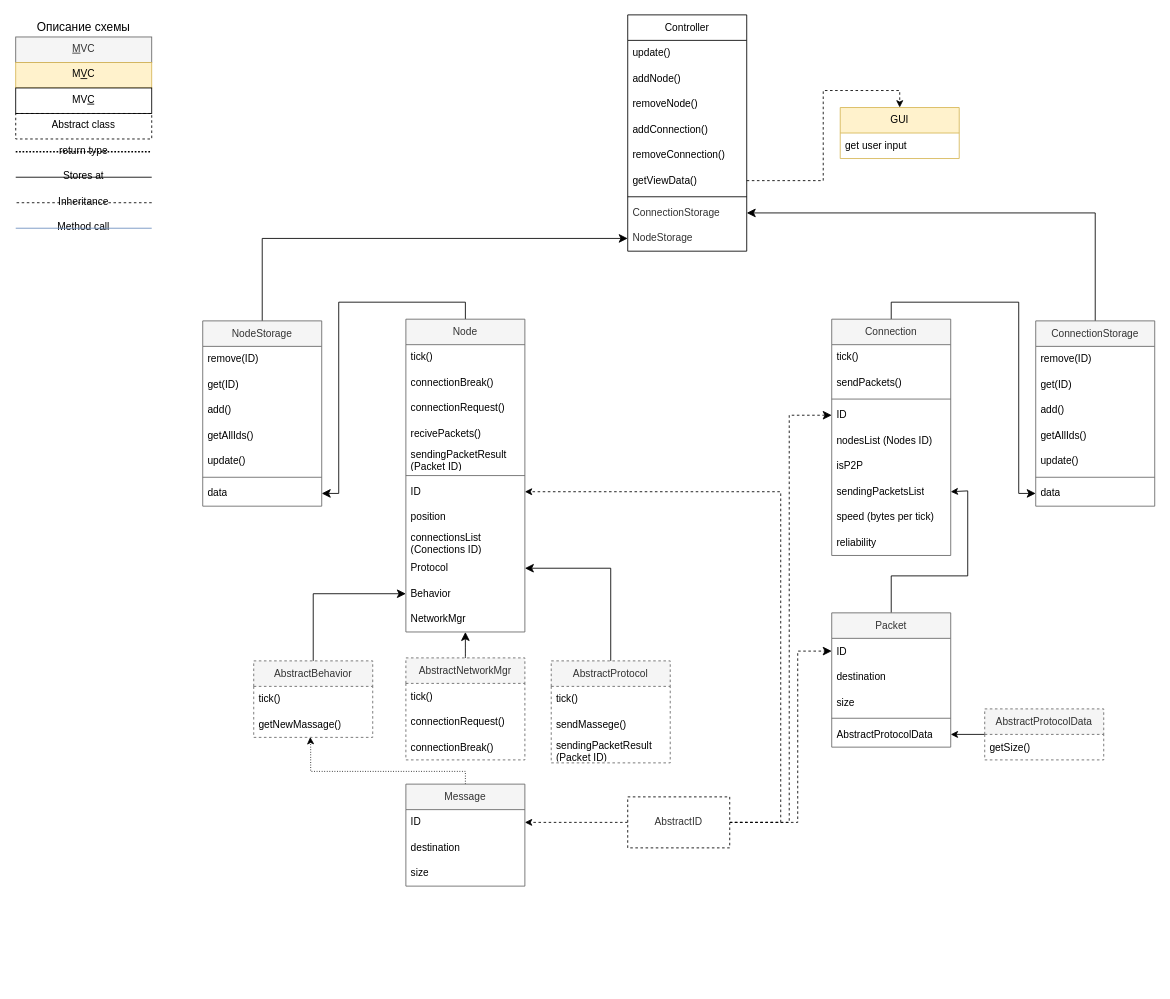
Before: doc/MeshNet_v1.4.drawio in MAZASA-mzs/MeshNetwork, a draw.io diagram. Source tidied: cells renumbered, new cells numbered last; positions are measured from the earlier drawing's top-left corner, leaving out a move shared by most shapes. Both pictures are drawn from the tidied source at 85%, with x=0, y=0 at pixel (15, 14).
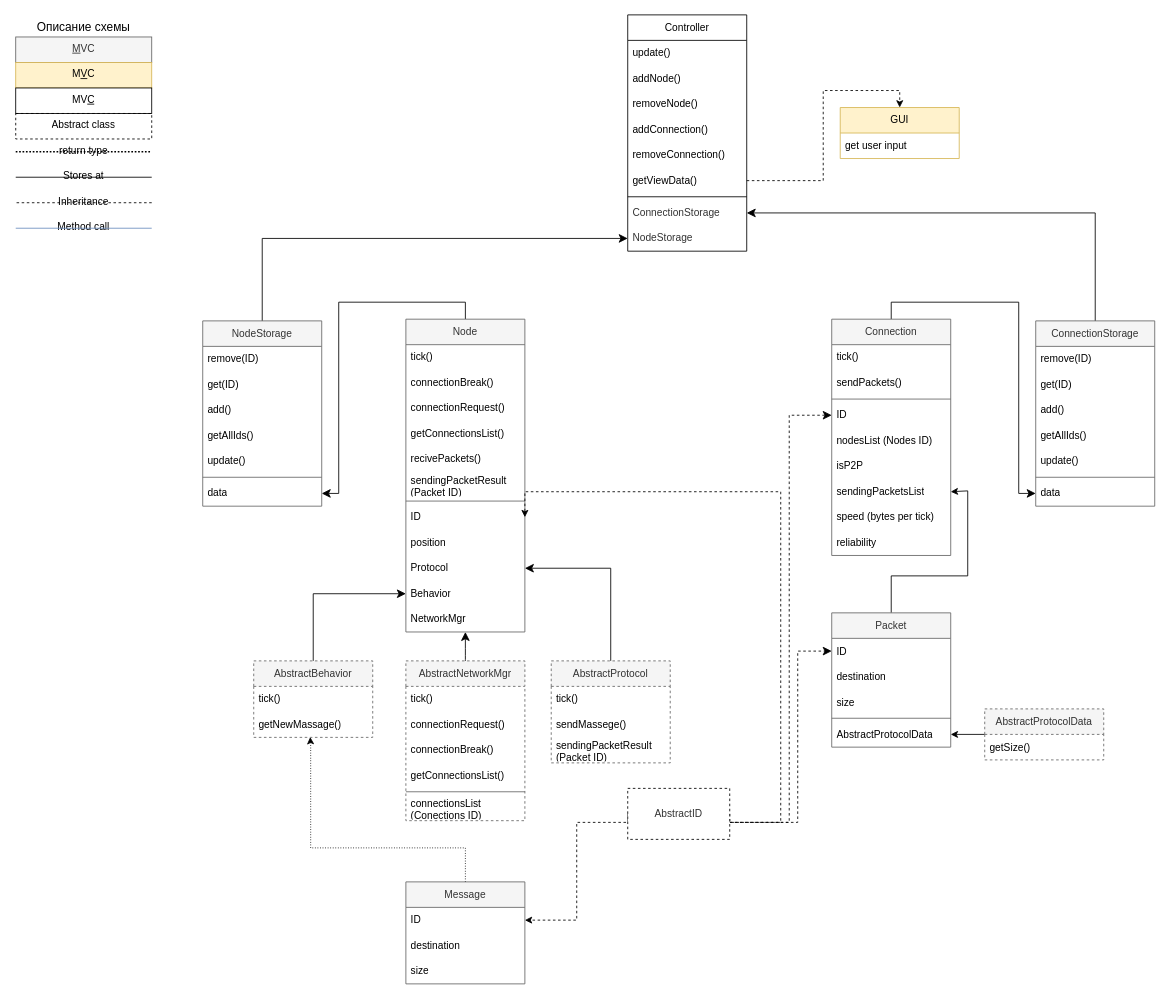
The same page after the edit.

Unchanged cells that the change refers to:
```xml
<mxCell id="3" value="Node" style="swimlane;fontStyle=0;horizontal=1;startSize=30;whiteSpace=wrap;html=1;fillColor=#f5f5f5;fontColor=#333333;strokeColor=#666666;" parent="1" vertex="1">
  <mxGeometry x="459" y="358" width="140" height="368" as="geometry" />
</mxCell>
<mxCell id="35" value="getNewMassage()" style="text;strokeColor=none;fillColor=none;align=left;verticalAlign=middle;spacingLeft=4;spacingRight=4;overflow=hidden;points=[[0,0.5],[1,0.5]];portConstraint=eastwest;whiteSpace=wrap;html=1;" parent="33" vertex="1">
  <mxGeometry y="60" width="140" height="30" as="geometry" />
</mxCell>
<mxCell id="75" value="ID" style="text;strokeColor=none;fillColor=none;align=left;verticalAlign=middle;spacingLeft=4;spacingRight=4;overflow=hidden;points=[[0,0.5],[1,0.5]];portConstraint=eastwest;whiteSpace=wrap;html=1;" parent="74" vertex="1">
  <mxGeometry y="30" width="140" height="30" as="geometry" />
</mxCell>
```

What changed in the source:
```diff
@@
+    <mxCell id="105" value="getConnectionsList()" style="text;strokeColor=none;fillColor=none;align=left;verticalAlign=middle;spacingLeft=4;spacingRight=4;overflow=hidden;whiteSpace=wrap;html=1;" parent="3" vertex="1">
+      <mxGeometry y="120" width="140" height="30" as="geometry" />
+    </mxCell>
     <mxCell id="7" value="recivePackets()" style="text;strokeColor=none;fillColor=none;align=left;verticalAlign=middle;spacingLeft=4;spacingRight=4;overflow=hidden;whiteSpace=wrap;html=1;" parent="3" vertex="1">
-      <mxGeometry y="120" width="140" height="30" as="geometry" />
+      <mxGeometry y="150" width="140" height="30" as="geometry" />
     </mxCell>
     <mxCell id="8" value="sendingPacketResult (Packet ID)" style="text;strokeColor=none;fillColor=none;align=left;verticalAlign=middle;spacingLeft=4;spacingRight=4;overflow=hidden;whiteSpace=wrap;html=1;" parent="3" vertex="1">
-      <mxGeometry y="150" width="140" height="30" as="geometry" />
+      <mxGeometry y="180" width="140" height="30" as="geometry" />
     </mxCell>
     <mxCell id="9" style="line;strokeWidth=1;fillColor=none;align=left;verticalAlign=middle;spacingTop=-1;spacingLeft=3;spacingRight=3;labelPosition=right;strokeColor=inherit;" parent="3" vertex="1">
-      <mxGeometry y="180" width="140" height="8" as="geometry" />
+      <mxGeometry y="210" width="140" height="8" as="geometry" />
     </mxCell>
     <mxCell id="10" value="ID" style="text;strokeColor=none;fillColor=none;align=left;verticalAlign=middle;spacingLeft=4;spacingRight=4;overflow=hidden;points=[[0,0.5],[1,0.5]];portConstraint=eastwest;whiteSpace=wrap;html=1;" parent="3" vertex="1">
-      <mxGeometry y="188" width="140" height="30" as="geometry" />
+      <mxGeometry y="218" width="140" height="30" as="geometry" />
     </mxCell>
     <mxCell id="11" value="position" style="text;strokeColor=none;fillColor=none;align=left;verticalAlign=middle;spacingLeft=4;spacingRight=4;overflow=hidden;whiteSpace=wrap;html=1;" parent="3" vertex="1">
-      <mxGeometry y="218" width="140" height="30" as="geometry" />
+      <mxGeometry y="248" width="140" height="30" as="geometry" />
     </mxCell>
-    <mxCell id="12" value="connectionsList&amp;nbsp; (Conections ID)" style="text;strokeColor=none;fillColor=none;align=left;verticalAlign=middle;spacingLeft=4;spacingRight=4;overflow=hidden;whiteSpace=wrap;html=1;" parent="3" vertex="1">
-      <mxGeometry y="248" width="140" height="30" as="geometry" />
-    </mxCell>
@@
     <mxCell id="73" style="edgeStyle=orthogonalEdgeStyle;rounded=0;jettySize=auto;html=1;entryX=0.475;entryY=0.987;entryDx=0;entryDy=0;entryPerimeter=0;dashed=1;dashPattern=1 2;" parent="1" edge="1" source="74" target="35">
       <mxGeometry relative="1" as="geometry">
         <Array as="points">
-          <mxPoint x="529" y="890" />
-          <mxPoint x="347" y="890" />
+          <mxPoint x="529" y="980" />
+          <mxPoint x="347" y="980" />
           <mxPoint x="347" y="860" />
         </Array>
       </mxGeometry>
     </mxCell>
     <mxCell id="74" value="Message" style="swimlane;fontStyle=0;horizontal=1;startSize=30;whiteSpace=wrap;html=1;fillColor=#f5f5f5;fontColor=#333333;strokeColor=#666666;" parent="1" vertex="1">
-      <mxGeometry x="459" y="905" width="140" height="120" as="geometry" />
+      <mxGeometry x="459" y="1020" width="140" height="120" as="geometry" />
     </mxCell>
@@
     <mxCell id="79" value="AbstractNetworkMgr" style="swimlane;fontStyle=0;horizontal=1;startSize=30;whiteSpace=wrap;html=1;dashed=1;fillColor=#f5f5f5;fontColor=#333333;strokeColor=#666666;" parent="1" vertex="1">
-      <mxGeometry x="459" y="756.5" width="140" height="120" as="geometry" />
+      <mxGeometry x="459" y="760" width="140" height="188" as="geometry" />
     </mxCell>
@@
+    <mxCell id="106" value="getConnectionsList()" style="text;strokeColor=none;fillColor=none;align=left;verticalAlign=middle;spacingLeft=4;spacingRight=4;overflow=hidden;whiteSpace=wrap;html=1;" parent="79" vertex="1">
+      <mxGeometry y="120" width="140" height="30" as="geometry" />
+    </mxCell>
+    <mxCell id="107" style="line;strokeWidth=1;fillColor=none;align=left;verticalAlign=middle;spacingTop=-1;spacingLeft=3;spacingRight=3;labelPosition=right;strokeColor=inherit;" parent="79" vertex="1">
+      <mxGeometry y="150" width="140" height="8" as="geometry" />
+    </mxCell>
+    <mxCell id="12" value="connectionsList&amp;nbsp; (Conections ID)" style="text;strokeColor=none;fillColor=none;align=left;verticalAlign=middle;spacingLeft=4;spacingRight=4;overflow=hidden;whiteSpace=wrap;html=1;" parent="79" vertex="1">
+      <mxGeometry y="158" width="140" height="30" as="geometry" />
+    </mxCell>
@@
     <mxCell id="84" style="edgeStyle=orthogonalEdgeStyle;rounded=0;jettySize=auto;html=1;dashed=1;exitX=0;exitY=0.5;exitDx=0;exitDy=0;entryX=1;entryY=0.5;entryDx=0;entryDy=0;" parent="1" edge="1" source="88" target="75">
       <mxGeometry relative="1" as="geometry">
         <Array as="points">
           <mxPoint x="660" y="950" />
-          <mxPoint x="660" y="950" />
+          <mxPoint x="660" y="1065" />
         </Array>
       </mxGeometry>
     </mxCell>
@@
     <mxCell id="88" value="&lt;span style=&quot;color: rgb(51, 51, 51);&quot;&gt;AbstractID&lt;/span&gt;" style="rounded=0;whiteSpace=wrap;html=1;dashed=1;" parent="1" vertex="1">
-      <mxGeometry x="720" y="920" width="120" height="60" as="geometry" />
+      <mxGeometry x="720" y="910" width="120" height="60" as="geometry" />
     </mxCell>
```
